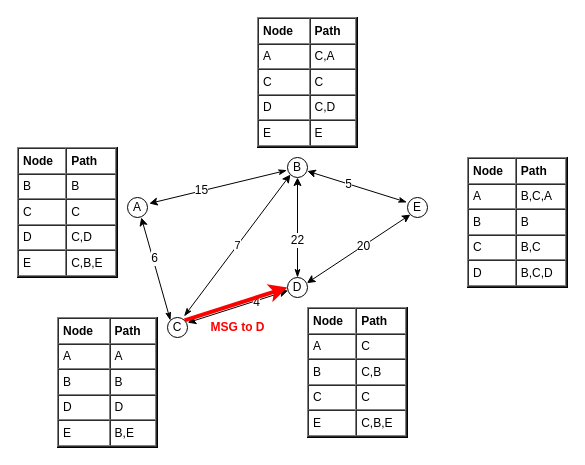
This is img/LS_routing_msg3.drawio from mngr0/wireless_presentation, a draw.io file, before an edit. Source tidied: cells renumbered, new cells numbered last; positions are measured from the earlier drawing's top-left corner, leaving out a move shared by most shapes. Both pictures are drawn from the tidied source at 100%, with x=0, y=0 at pixel (17, 17).
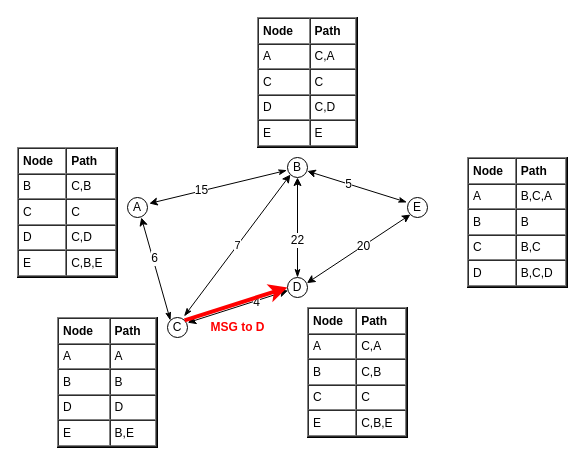
After the change.

The edit, as a diff of the source:
```diff
@@
-    <mxCell id="21" value="&lt;table style=&quot;font-size: 1em ; width: 100% ; height: 100%&quot; cellspacing=&quot;0&quot; cellpadding=&quot;4&quot; border=&quot;1&quot;&gt;&lt;tbody&gt;&lt;tr&gt;&lt;th&gt;Node&lt;br&gt;&lt;/th&gt;&lt;th&gt;Path&lt;br&gt;&lt;/th&gt;&lt;/tr&gt;&lt;tr&gt;&lt;td&gt;A&lt;br&gt;&lt;/td&gt;&lt;td&gt;C&lt;br&gt;&lt;/td&gt;&lt;/tr&gt;&lt;tr&gt;&lt;td&gt;B&lt;br&gt;&lt;/td&gt;&lt;td&gt;C,B&lt;br&gt;&lt;/td&gt;&lt;/tr&gt;&lt;tr&gt;&lt;td&gt;C&lt;br&gt;&lt;/td&gt;&lt;td&gt;C&lt;br&gt;&lt;/td&gt;&lt;/tr&gt;&lt;tr&gt;&lt;td&gt;E&lt;/td&gt;&lt;td&gt;C,B,E&lt;br&gt;&lt;/td&gt;&lt;/tr&gt;&lt;/tbody&gt;&lt;/table&gt; " style="verticalAlign=top;align=left;overflow=fill;fontSize=12;fontFamily=Helvetica;html=1;" parent="1" vertex="1">
+    <mxCell id="21" value="&lt;table style=&quot;font-size: 1em ; width: 100% ; height: 100%&quot; cellspacing=&quot;0&quot; cellpadding=&quot;4&quot; border=&quot;1&quot;&gt;&lt;tbody&gt;&lt;tr&gt;&lt;th&gt;Node&lt;br&gt;&lt;/th&gt;&lt;th&gt;Path&lt;br&gt;&lt;/th&gt;&lt;/tr&gt;&lt;tr&gt;&lt;td&gt;A&lt;br&gt;&lt;/td&gt;&lt;td&gt;C,A&lt;br&gt;&lt;/td&gt;&lt;/tr&gt;&lt;tr&gt;&lt;td&gt;B&lt;br&gt;&lt;/td&gt;&lt;td&gt;C,B&lt;br&gt;&lt;/td&gt;&lt;/tr&gt;&lt;tr&gt;&lt;td&gt;C&lt;br&gt;&lt;/td&gt;&lt;td&gt;C&lt;br&gt;&lt;/td&gt;&lt;/tr&gt;&lt;tr&gt;&lt;td&gt;E&lt;/td&gt;&lt;td&gt;C,B,E&lt;br&gt;&lt;/td&gt;&lt;/tr&gt;&lt;/tbody&gt;&lt;/table&gt; " style="verticalAlign=top;align=left;overflow=fill;fontSize=12;fontFamily=Helvetica;html=1;" parent="1" vertex="1">
       <mxGeometry x="290" y="290" width="100" height="130" as="geometry" />
     </mxCell>
@@
-    <mxCell id="23" value="&lt;table style=&quot;font-size: 1em ; width: 100% ; height: 100%&quot; cellspacing=&quot;0&quot; cellpadding=&quot;4&quot; border=&quot;1&quot;&gt;&lt;tbody&gt;&lt;tr&gt;&lt;th&gt;Node&lt;br&gt;&lt;/th&gt;&lt;th&gt;Path&lt;/th&gt;&lt;/tr&gt;&lt;tr&gt;&lt;td&gt;B&lt;br&gt;&lt;/td&gt;&lt;td&gt;B&lt;br&gt;&lt;/td&gt;&lt;/tr&gt;&lt;tr&gt;&lt;td&gt;C&lt;br&gt;&lt;/td&gt;&lt;td&gt;C&lt;br&gt;&lt;/td&gt;&lt;/tr&gt;&lt;tr&gt;&lt;td&gt;D&lt;br&gt;&lt;/td&gt;&lt;td&gt;C,D&lt;br&gt;&lt;/td&gt;&lt;/tr&gt;&lt;tr&gt;&lt;td&gt;E&lt;/td&gt;&lt;td&gt;C,B,E&lt;/td&gt;&lt;/tr&gt;&lt;/tbody&gt;&lt;/table&gt; " style="verticalAlign=top;align=left;overflow=fill;fontSize=12;fontFamily=Helvetica;html=1;" parent="1" vertex="1">
+    <mxCell id="23" value="&lt;table style=&quot;font-size: 1em ; width: 100% ; height: 100%&quot; cellspacing=&quot;0&quot; cellpadding=&quot;4&quot; border=&quot;1&quot;&gt;&lt;tbody&gt;&lt;tr&gt;&lt;th&gt;Node&lt;br&gt;&lt;/th&gt;&lt;th&gt;Path&lt;/th&gt;&lt;/tr&gt;&lt;tr&gt;&lt;td&gt;B&lt;br&gt;&lt;/td&gt;&lt;td&gt;C,B&lt;br&gt;&lt;/td&gt;&lt;/tr&gt;&lt;tr&gt;&lt;td&gt;C&lt;br&gt;&lt;/td&gt;&lt;td&gt;C&lt;br&gt;&lt;/td&gt;&lt;/tr&gt;&lt;tr&gt;&lt;td&gt;D&lt;br&gt;&lt;/td&gt;&lt;td&gt;C,D&lt;br&gt;&lt;/td&gt;&lt;/tr&gt;&lt;tr&gt;&lt;td&gt;E&lt;/td&gt;&lt;td&gt;C,B,E&lt;/td&gt;&lt;/tr&gt;&lt;/tbody&gt;&lt;/table&gt; " style="verticalAlign=top;align=left;overflow=fill;fontSize=12;fontFamily=Helvetica;html=1;" parent="1" vertex="1">
       <mxGeometry y="130" width="100" height="130" as="geometry" />
     </mxCell>
```
